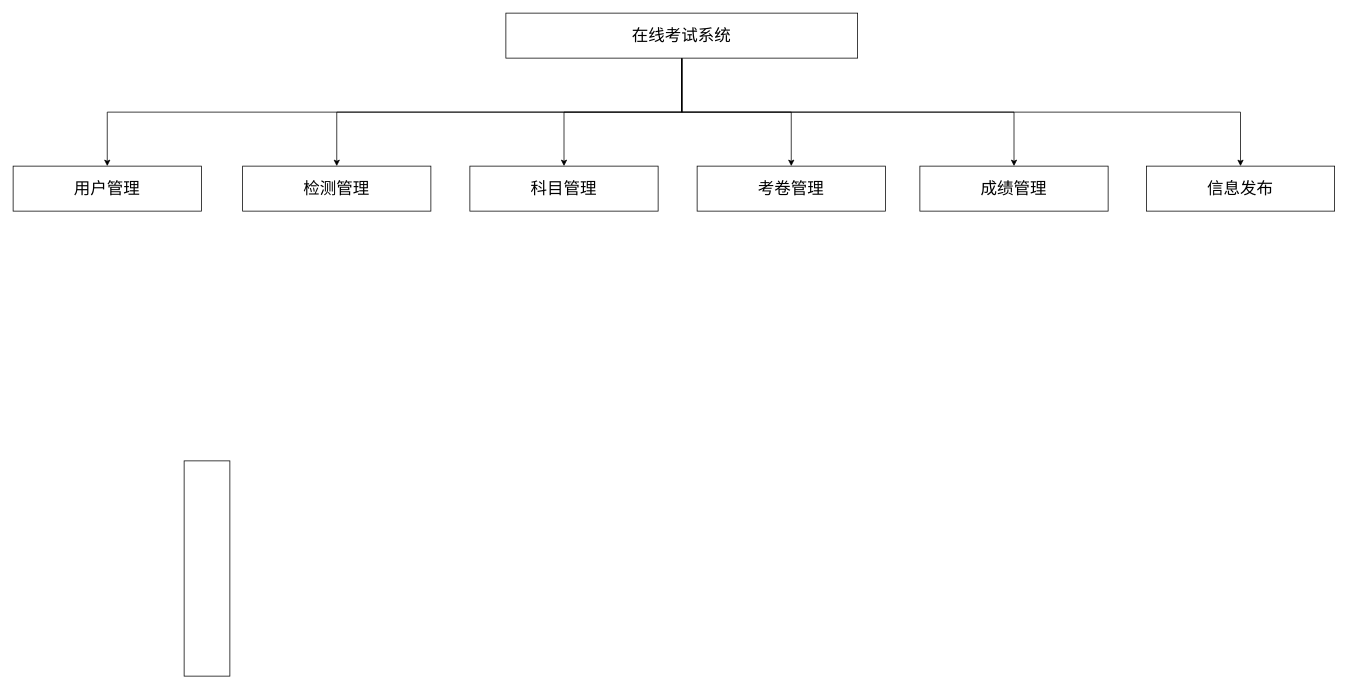
Earlier version of the draw.io diagram Untitled Diagram.drawio (colaassassin/coolweather). Source tidied: cells renumbered, new cells numbered last; positions are measured from the earlier drawing's top-left corner, leaving out a move shared by most shapes. Both pictures are drawn from the tidied source at 75%, with x=0, y=0 at pixel (13, 13).
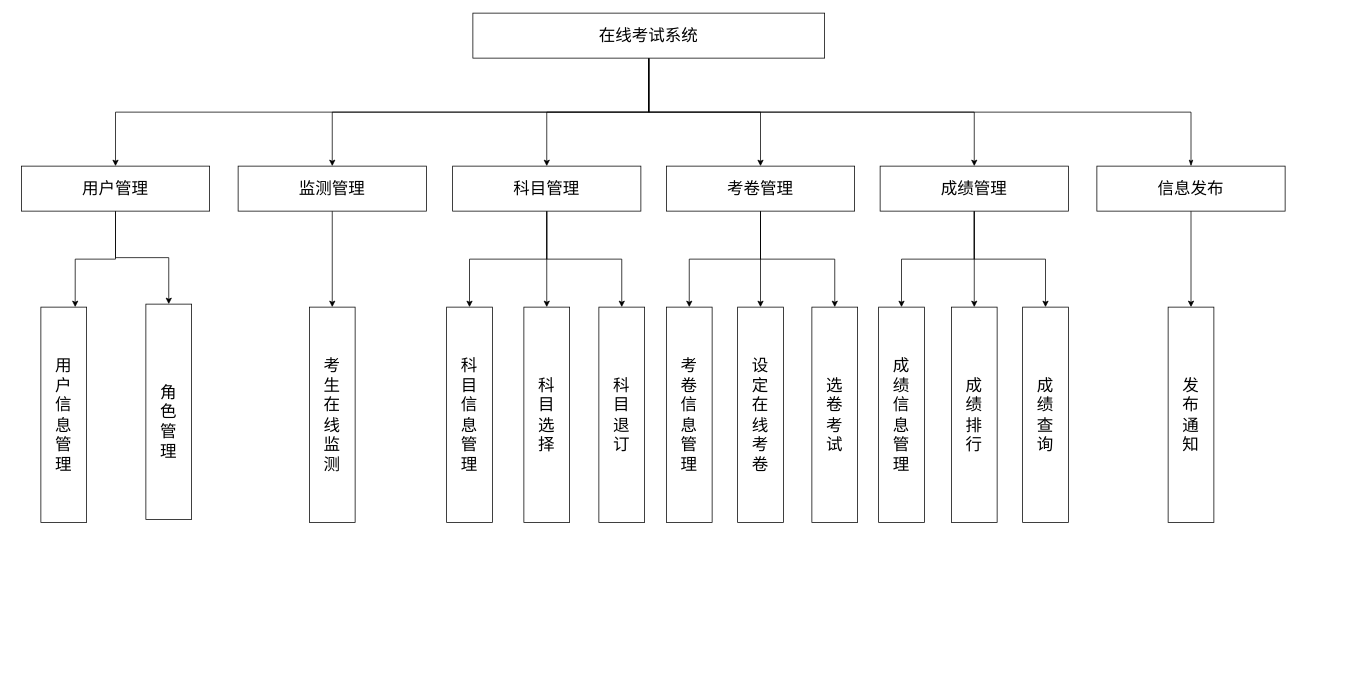
The same page after the edit.

Change to the diagram source:
```diff
@@
-    <mxCell id="5" style="edgeStyle=orthogonalEdgeStyle;rounded=0;jettySize=auto;html=1;exitX=0.5;exitY=1;exitDx=0;exitDy=0;" parent="1" edge="1" source="8" target="15">
+    <mxCell id="5" style="edgeStyle=orthogonalEdgeStyle;rounded=0;jettySize=auto;html=1;exitX=0.5;exitY=1;exitDx=0;exitDy=0;endArrow=classicThin;endFill=1;" parent="1" edge="1" source="8" target="15">
       <mxGeometry relative="1" as="geometry" />
     </mxCell>
@@
     <mxCell id="8" value="&lt;font style=&quot;font-size: 22px&quot;&gt;在线考试系统&lt;/font&gt;" style="rounded=0;whiteSpace=wrap;html=1;" parent="1" vertex="1">
-      <mxGeometry x="657" width="469" height="60" as="geometry" />
+      <mxGeometry x="613" width="469" height="60" as="geometry" />
     </mxCell>
+    <mxCell id="16" style="edgeStyle=orthogonalEdgeStyle;rounded=0;jettySize=auto;html=1;exitX=0.5;exitY=1;exitDx=0;exitDy=0;entryX=0.75;entryY=0;entryDx=0;entryDy=0;" parent="1" edge="1" source="9" target="13">
+      <mxGeometry relative="1" as="geometry" />
+    </mxCell>
+    <mxCell id="17" style="edgeStyle=orthogonalEdgeStyle;rounded=0;jettySize=auto;html=1;exitX=0.5;exitY=1;exitDx=0;exitDy=0;" parent="1" edge="1" source="9" target="29">
+      <mxGeometry relative="1" as="geometry" />
+    </mxCell>
     <mxCell id="9" value="&lt;font style=&quot;font-size: 22px&quot;&gt;用户管理&lt;/font&gt;" style="rounded=0;whiteSpace=wrap;html=1;" parent="1" vertex="1">
-      <mxGeometry y="204" width="251" height="60" as="geometry" />
+      <mxGeometry x="11" y="204" width="251" height="60" as="geometry" />
     </mxCell>
+    <mxCell id="18" style="edgeStyle=orthogonalEdgeStyle;rounded=0;jettySize=auto;html=1;exitX=0.5;exitY=1;exitDx=0;exitDy=0;" parent="1" edge="1" source="10" target="30">
+      <mxGeometry relative="1" as="geometry" />
+    </mxCell>
-    <mxCell id="10" value="&lt;font style=&quot;font-size: 22px&quot;&gt;检测管理&lt;/font&gt;" style="rounded=0;whiteSpace=wrap;html=1;" parent="1" vertex="1">
-      <mxGeometry x="306" y="204" width="251" height="60" as="geometry" />
+    <mxCell id="10" value="&lt;font style=&quot;font-size: 22px&quot;&gt;监测管理&lt;/font&gt;" style="rounded=0;whiteSpace=wrap;html=1;" parent="1" vertex="1">
+      <mxGeometry x="300" y="204" width="251" height="60" as="geometry" />
     </mxCell>
+    <mxCell id="19" style="edgeStyle=orthogonalEdgeStyle;rounded=0;jettySize=auto;html=1;" parent="1" edge="1" source="11" target="32">
+      <mxGeometry relative="1" as="geometry" />
+    </mxCell>
+    <mxCell id="20" style="edgeStyle=orthogonalEdgeStyle;rounded=0;jettySize=auto;html=1;exitX=0.5;exitY=1;exitDx=0;exitDy=0;" parent="1" edge="1" source="11" target="33">
+      <mxGeometry relative="1" as="geometry" />
+    </mxCell>
+    <mxCell id="21" style="edgeStyle=orthogonalEdgeStyle;rounded=0;jettySize=auto;html=1;exitX=0.5;exitY=1;exitDx=0;exitDy=0;" parent="1" edge="1" source="11" target="31">
+      <mxGeometry relative="1" as="geometry" />
+    </mxCell>
     <mxCell id="11" value="&lt;font style=&quot;font-size: 22px&quot;&gt;科目管理&lt;/font&gt;" style="rounded=0;whiteSpace=wrap;html=1;" parent="1" vertex="1">
-      <mxGeometry x="609" y="204" width="251" height="60" as="geometry" />
+      <mxGeometry x="586" y="204" width="251" height="60" as="geometry" />
     </mxCell>
+    <mxCell id="22" style="edgeStyle=orthogonalEdgeStyle;rounded=0;jettySize=auto;html=1;exitX=0.5;exitY=1;exitDx=0;exitDy=0;" parent="1" edge="1" source="12" target="34">
+      <mxGeometry relative="1" as="geometry" />
+    </mxCell>
+    <mxCell id="23" style="edgeStyle=orthogonalEdgeStyle;rounded=0;jettySize=auto;html=1;exitX=0.5;exitY=1;exitDx=0;exitDy=0;" parent="1" edge="1" source="12" target="40">
+      <mxGeometry relative="1" as="geometry" />
+    </mxCell>
+    <mxCell id="24" style="edgeStyle=orthogonalEdgeStyle;rounded=0;jettySize=auto;html=1;exitX=0.5;exitY=1;exitDx=0;exitDy=0;" parent="1" edge="1" source="12" target="39">
+      <mxGeometry relative="1" as="geometry" />
+    </mxCell>
     <mxCell id="12" value="&lt;font style=&quot;font-size: 22px&quot;&gt;考卷管理&lt;/font&gt;" style="rounded=0;whiteSpace=wrap;html=1;" parent="1" vertex="1">
-      <mxGeometry x="912" y="204" width="251" height="60" as="geometry" />
+      <mxGeometry x="871" y="204" width="251" height="60" as="geometry" />
     </mxCell>
-    <mxCell id="13" style="rounded=0;whiteSpace=wrap;html=1;" parent="1" vertex="1">
-      <mxGeometry x="228" y="597" width="61" height="287" as="geometry" />
+    <mxCell id="13" value="&lt;font style=&quot;font-size: 22px&quot;&gt;用&lt;br&gt;户&lt;br&gt;信&lt;br&gt;息&lt;br&gt;管&lt;br&gt;理&lt;/font&gt;" style="rounded=0;whiteSpace=wrap;html=1;" parent="1" vertex="1">
+      <mxGeometry x="37" y="392" width="61" height="287" as="geometry" />
     </mxCell>
+    <mxCell id="25" style="edgeStyle=orthogonalEdgeStyle;rounded=0;jettySize=auto;html=1;exitX=0.5;exitY=1;exitDx=0;exitDy=0;" parent="1" edge="1" source="14" target="35">
+      <mxGeometry relative="1" as="geometry" />
+    </mxCell>
+    <mxCell id="26" style="edgeStyle=orthogonalEdgeStyle;rounded=0;jettySize=auto;html=1;exitX=0.5;exitY=1;exitDx=0;exitDy=0;" parent="1" edge="1" source="14" target="38">
+      <mxGeometry relative="1" as="geometry" />
+    </mxCell>
+    <mxCell id="27" style="edgeStyle=orthogonalEdgeStyle;rounded=0;jettySize=auto;html=1;exitX=0.5;exitY=1;exitDx=0;exitDy=0;" parent="1" edge="1" source="14" target="37">
+      <mxGeometry relative="1" as="geometry" />
+    </mxCell>
     <mxCell id="14" value="&lt;font style=&quot;font-size: 22px&quot;&gt;成绩管理&lt;/font&gt;" style="rounded=0;whiteSpace=wrap;html=1;" parent="1" vertex="1">
-      <mxGeometry x="1209" y="204" width="251" height="60" as="geometry" />
+      <mxGeometry x="1156" y="204" width="251" height="60" as="geometry" />
     </mxCell>
+    <mxCell id="28" style="edgeStyle=orthogonalEdgeStyle;rounded=0;jettySize=auto;html=1;exitX=0.5;exitY=1;exitDx=0;exitDy=0;" parent="1" edge="1" source="15" target="36">
+      <mxGeometry relative="1" as="geometry" />
+    </mxCell>
     <mxCell id="15" value="&lt;font style=&quot;font-size: 22px&quot;&gt;信息发布&lt;/font&gt;" style="rounded=0;whiteSpace=wrap;html=1;" parent="1" vertex="1">
-      <mxGeometry x="1511" y="204" width="251" height="60" as="geometry" />
+      <mxGeometry x="1445" y="204" width="251" height="60" as="geometry" />
     </mxCell>
+    <mxCell id="29" value="&lt;font style=&quot;font-size: 22px&quot;&gt;&lt;br&gt;角&lt;br&gt;色&lt;br&gt;管&lt;br&gt;理&lt;/font&gt;" style="rounded=0;whiteSpace=wrap;html=1;" parent="1" vertex="1">
+      <mxGeometry x="177" y="388" width="61" height="287" as="geometry" />
+    </mxCell>
+    <mxCell id="30" value="&lt;font style=&quot;font-size: 22px&quot;&gt;考&lt;br&gt;生&lt;br&gt;在&lt;br&gt;线&lt;br&gt;监&lt;br&gt;测&lt;/font&gt;" style="rounded=0;whiteSpace=wrap;html=1;" parent="1" vertex="1">
+      <mxGeometry x="395" y="392" width="61" height="287" as="geometry" />
+    </mxCell>
+    <mxCell id="31" value="&lt;font style=&quot;font-size: 22px&quot;&gt;科&lt;br&gt;目&lt;br&gt;信&lt;br&gt;息&lt;br&gt;管&lt;br&gt;理&lt;/font&gt;" style="rounded=0;whiteSpace=wrap;html=1;" parent="1" vertex="1">
+      <mxGeometry x="578" y="392" width="61" height="287" as="geometry" />
+    </mxCell>
+    <mxCell id="32" value="&lt;font style=&quot;font-size: 22px&quot;&gt;科&lt;br&gt;目&lt;br&gt;选&lt;br&gt;择&lt;/font&gt;" style="rounded=0;whiteSpace=wrap;html=1;" parent="1" vertex="1">
+      <mxGeometry x="681" y="392" width="61" height="287" as="geometry" />
+    </mxCell>
+    <mxCell id="33" value="&lt;font style=&quot;font-size: 22px&quot;&gt;科&lt;br&gt;目&lt;br&gt;退&lt;br&gt;订&lt;/font&gt;" style="rounded=0;whiteSpace=wrap;html=1;" parent="1" vertex="1">
+      <mxGeometry x="781" y="392" width="61" height="287" as="geometry" />
+    </mxCell>
+    <mxCell id="34" value="&lt;font style=&quot;font-size: 22px&quot;&gt;考&lt;br&gt;卷&lt;br&gt;信&lt;br&gt;息&lt;br&gt;管&lt;br&gt;理&lt;/font&gt;" style="rounded=0;whiteSpace=wrap;html=1;" parent="1" vertex="1">
+      <mxGeometry x="871" y="392" width="61" height="287" as="geometry" />
+    </mxCell>
+    <mxCell id="35" value="&lt;font style=&quot;font-size: 22px&quot;&gt;成&lt;br&gt;绩&lt;br&gt;信&lt;br&gt;息&lt;br&gt;管&lt;br&gt;理&lt;/font&gt;" style="rounded=0;whiteSpace=wrap;html=1;" parent="1" vertex="1">
+      <mxGeometry x="1154" y="392" width="61" height="287" as="geometry" />
+    </mxCell>
+    <mxCell id="36" value="&lt;font style=&quot;font-size: 22px&quot;&gt;发&lt;br&gt;布&lt;br&gt;通&lt;br&gt;知&lt;/font&gt;" style="rounded=0;whiteSpace=wrap;html=1;" parent="1" vertex="1">
+      <mxGeometry x="1540" y="392" width="61" height="287" as="geometry" />
+    </mxCell>
+    <mxCell id="37" value="&lt;font style=&quot;font-size: 22px&quot;&gt;成&lt;br&gt;绩&lt;br&gt;查&lt;br&gt;询&lt;/font&gt;" style="rounded=0;whiteSpace=wrap;html=1;" parent="1" vertex="1">
+      <mxGeometry x="1346" y="392" width="61" height="287" as="geometry" />
+    </mxCell>
+    <mxCell id="38" value="&lt;font style=&quot;font-size: 22px&quot;&gt;成&lt;br&gt;绩&lt;br&gt;排&lt;br&gt;行&lt;/font&gt;" style="rounded=0;whiteSpace=wrap;html=1;" parent="1" vertex="1">
+      <mxGeometry x="1251" y="392" width="61" height="287" as="geometry" />
+    </mxCell>
+    <mxCell id="39" value="&lt;font style=&quot;font-size: 22px&quot;&gt;选&lt;br&gt;卷&lt;br&gt;考&lt;br&gt;试&lt;/font&gt;" style="rounded=0;whiteSpace=wrap;html=1;" parent="1" vertex="1">
+      <mxGeometry x="1065" y="392" width="61" height="287" as="geometry" />
+    </mxCell>
+    <mxCell id="40" value="&lt;font style=&quot;font-size: 22px&quot;&gt;设&lt;br&gt;定&lt;br&gt;在&lt;br&gt;线&lt;br&gt;考&lt;br&gt;卷&lt;/font&gt;" style="rounded=0;whiteSpace=wrap;html=1;" parent="1" vertex="1">
+      <mxGeometry x="966" y="392" width="61" height="287" as="geometry" />
+    </mxCell>
```
